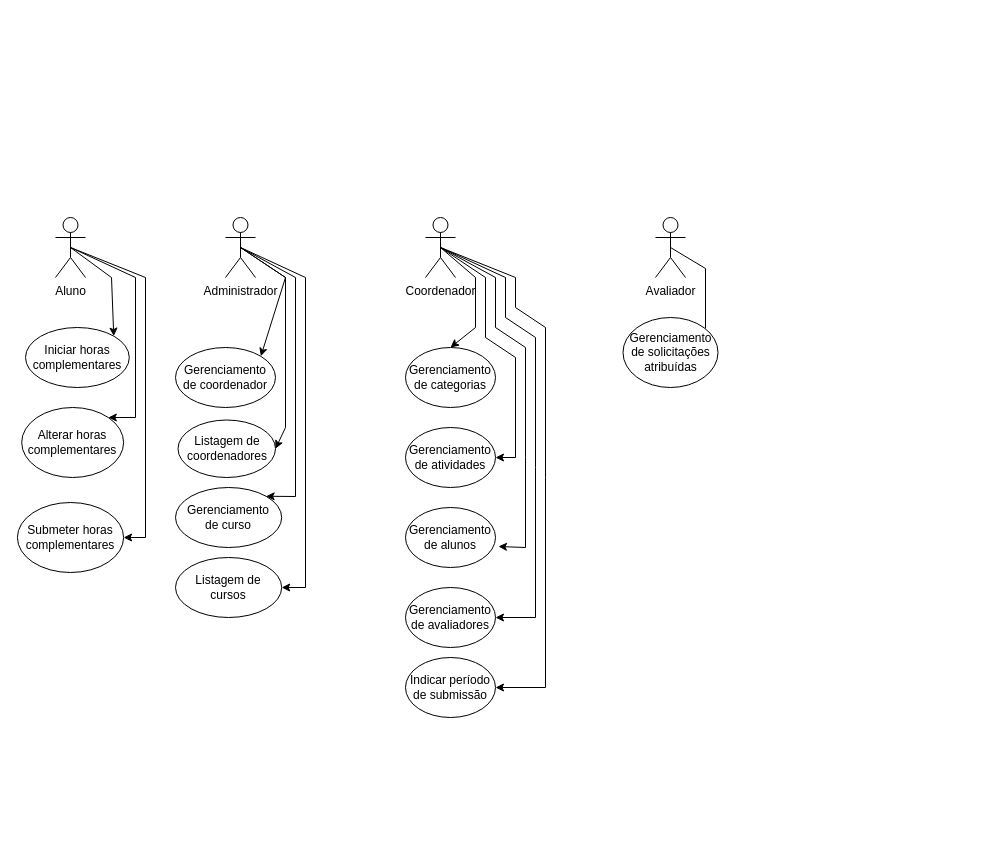
DGzzzzz/ADS_IF keeps this draw.io diagram as trabanalise.drawio. Above is the earlier version. Source tidied: cells renumbered, new cells numbered last; positions are measured from the earlier drawing's top-left corner, leaving out a move shared by most shapes. Both pictures are drawn from the tidied source at 100%, with x=0, y=0 at pixel (17, 217).
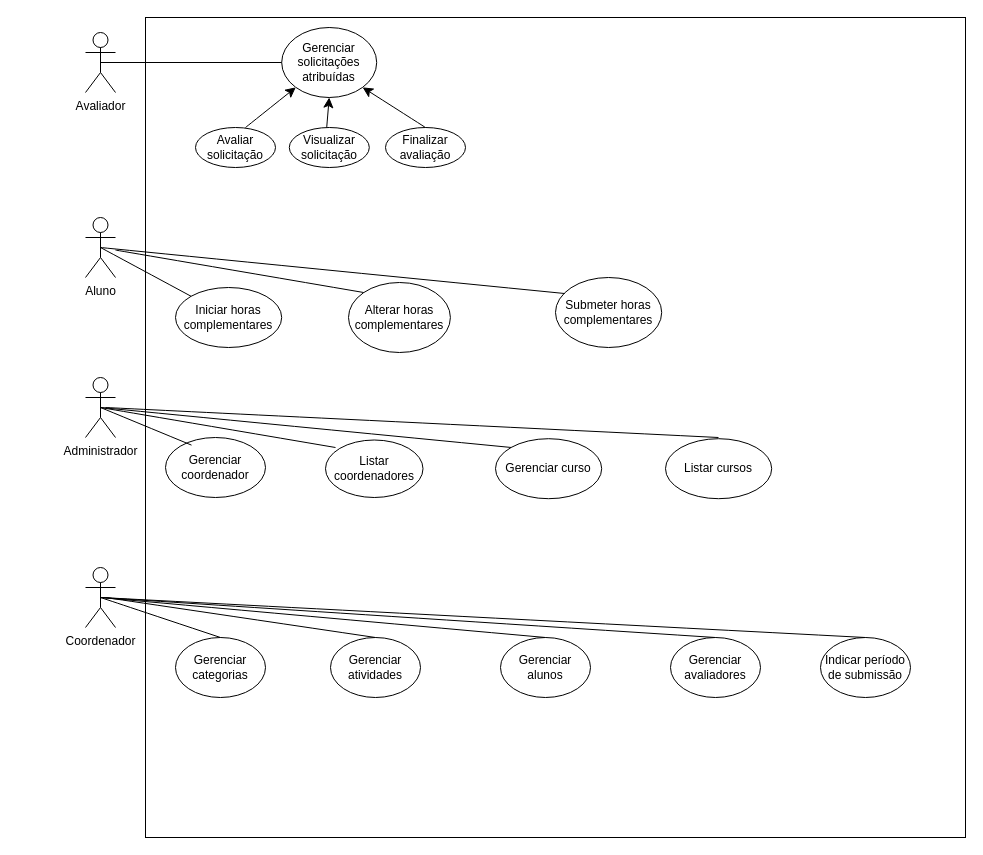
The same diagram, later.

What changed in the source:
```diff
@@
+    <mxCell id="32" style="whiteSpace=wrap;html=1;" parent="1" vertex="1">
+      <mxGeometry x="128" y="-200" width="820" height="820" as="geometry" />
+    </mxCell>
     <mxCell id="2" value="Aluno" style="shape=umlActor;verticalLabelPosition=bottom;verticalAlign=top;html=1;outlineConnect=0;" parent="1" vertex="1">
-      <mxGeometry x="38" width="30" height="60" as="geometry" />
+      <mxGeometry x="68" width="30" height="60" as="geometry" />
     </mxCell>
     <mxCell id="3" value="Administrador" style="shape=umlActor;verticalLabelPosition=bottom;verticalAlign=top;html=1;outlineConnect=0;" parent="1" vertex="1">
-      <mxGeometry x="208" width="30" height="60" as="geometry" />
+      <mxGeometry x="68" y="160" width="30" height="60" as="geometry" />
     </mxCell>
     <mxCell id="4" value="Coordenador" style="shape=umlActor;verticalLabelPosition=bottom;verticalAlign=top;html=1;outlineConnect=0;" parent="1" vertex="1">
-      <mxGeometry x="408" width="30" height="60" as="geometry" />
+      <mxGeometry x="68" y="350" width="30" height="60" as="geometry" />
     </mxCell>
     <mxCell id="5" value="Avaliador" style="shape=umlActor;verticalLabelPosition=bottom;verticalAlign=top;html=1;outlineConnect=0;" parent="1" vertex="1">
-      <mxGeometry x="638" width="30" height="60" as="geometry" />
+      <mxGeometry x="68" y="-185" width="30" height="60" as="geometry" />
     </mxCell>
-    <mxCell id="6" value="&lt;span style=&quot;background-color: transparent; color: light-dark(rgb(0, 0, 0), rgb(255, 255, 255));&quot;&gt;Gerenciamento&lt;/span&gt;&lt;div&gt;&lt;span style=&quot;background-color: transparent; color: light-dark(rgb(0, 0, 0), rgb(255, 255, 255));&quot;&gt;de curso&lt;/span&gt;&lt;/div&gt;" style="ellipse;whiteSpace=wrap;html=1;" parent="1" vertex="1">
-      <mxGeometry x="158" y="270" width="106.2" height="60" as="geometry" />
+    <mxCell id="6" value="&lt;span style=&quot;background-color: transparent; color: light-dark(rgb(0, 0, 0), rgb(255, 255, 255));&quot;&gt;Gerenciar&lt;/span&gt;&lt;span style=&quot;background-color: transparent; color: light-dark(rgb(0, 0, 0), rgb(255, 255, 255));&quot;&gt;&amp;nbsp;curso&lt;/span&gt;" style="ellipse;whiteSpace=wrap;html=1;" parent="1" vertex="1">
+      <mxGeometry x="478" y="221.2" width="106.2" height="60" as="geometry" />
     </mxCell>
-    <mxCell id="7" value="&lt;span style=&quot;background-color: transparent; color: light-dark(rgb(0, 0, 0), rgb(255, 255, 255));&quot;&gt;Gerenciamento de coordenador&lt;/span&gt;" style="ellipse;whiteSpace=wrap;html=1;" parent="1" vertex="1">
-      <mxGeometry x="158" y="130" width="100" height="60" as="geometry" />
+    <mxCell id="7" value="&lt;span style=&quot;background-color: transparent; color: light-dark(rgb(0, 0, 0), rgb(255, 255, 255));&quot;&gt;Gerenciar coordenador&lt;/span&gt;" style="ellipse;whiteSpace=wrap;html=1;" parent="1" vertex="1">
+      <mxGeometry x="148" y="220" width="100" height="60" as="geometry" />
     </mxCell>
-    <mxCell id="8" style="endArrow=classic;html=1;rounded=0;entryX=1;entryY=0;entryDx=0;entryDy=0;exitX=0.5;exitY=0.5;exitDx=0;exitDy=0;exitPerimeter=0;" parent="1" edge="1" source="3" target="6">
-      <mxGeometry relative="1" as="geometry">
-        <Array as="points">
-          <mxPoint x="278" y="60" />
-          <mxPoint x="278" y="279" />
-        </Array>
-      </mxGeometry>
-    </mxCell>
-    <mxCell id="9" value="Gerenciamento de categorias" style="ellipse;whiteSpace=wrap;html=1;" parent="1" vertex="1">
-      <mxGeometry x="388" y="130" width="90" height="60" as="geometry" />
+    <mxCell id="9" value="Gerenciar categorias" style="ellipse;whiteSpace=wrap;html=1;" parent="1" vertex="1">
+      <mxGeometry x="158" y="420" width="90" height="60" as="geometry" />
     </mxCell>
-    <mxCell id="10" value="Gerenciamento de atividades" style="ellipse;whiteSpace=wrap;html=1;" parent="1" vertex="1">
-      <mxGeometry x="388" y="210" width="90" height="60" as="geometry" />
+    <mxCell id="10" value="Gerenciar atividades" style="ellipse;whiteSpace=wrap;html=1;" parent="1" vertex="1">
+      <mxGeometry x="313" y="420" width="90" height="60" as="geometry" />
     </mxCell>
-    <mxCell id="11" style="endArrow=classic;html=1;rounded=0;exitX=0.5;exitY=0.5;exitDx=0;exitDy=0;exitPerimeter=0;entryX=1;entryY=0;entryDx=0;entryDy=0;" parent="1" edge="1" source="3" target="7">
-      <mxGeometry relative="1" as="geometry">
-        <Array as="points">
-          <mxPoint x="268" y="60" />
-        </Array>
-      </mxGeometry>
-    </mxCell>
-    <mxCell id="12" style="endArrow=classic;html=1;rounded=0;exitX=0.5;exitY=0.5;exitDx=0;exitDy=0;exitPerimeter=0;entryX=0.5;entryY=0;entryDx=0;entryDy=0;" parent="1" edge="1" source="4" target="9">
-      <mxGeometry relative="1" as="geometry">
-        <Array as="points">
-          <mxPoint x="458" y="60" />
-          <mxPoint x="458" y="110" />
-        </Array>
-      </mxGeometry>
-    </mxCell>
-    <mxCell id="13" style="endArrow=classic;html=1;rounded=0;exitX=0.5;exitY=0.5;exitDx=0;exitDy=0;exitPerimeter=0;entryX=1;entryY=0.5;entryDx=0;entryDy=0;" parent="1" edge="1" source="4" target="10">
-      <mxGeometry relative="1" as="geometry">
-        <Array as="points">
-          <mxPoint x="468" y="60" />
-          <mxPoint x="468" y="120" />
-          <mxPoint x="498" y="140" />
-          <mxPoint x="498" y="240" />
-        </Array>
-      </mxGeometry>
-    </mxCell>
-    <mxCell id="14" value="Gerenciamento de alunos" style="ellipse;whiteSpace=wrap;html=1;" parent="1" vertex="1">
-      <mxGeometry x="388" y="290" width="90" height="60" as="geometry" />
+    <mxCell id="14" value="Gerenciar alunos" style="ellipse;whiteSpace=wrap;html=1;" parent="1" vertex="1">
+      <mxGeometry x="483" y="420" width="90" height="60" as="geometry" />
     </mxCell>
-    <mxCell id="15" style="endArrow=classic;html=1;rounded=0;entryX=1.033;entryY=0.65;entryDx=0;entryDy=0;entryPerimeter=0;exitX=0.5;exitY=0.5;exitDx=0;exitDy=0;exitPerimeter=0;" parent="1" edge="1" source="4" target="14">
-      <mxGeometry relative="1" as="geometry">
-        <Array as="points">
-          <mxPoint x="478" y="60" />
-          <mxPoint x="478" y="110" />
-          <mxPoint x="508" y="130" />
-          <mxPoint x="508" y="240" />
-          <mxPoint x="508" y="330" />
-        </Array>
-      </mxGeometry>
-    </mxCell>
-    <mxCell id="16" value="Gerenciamento de avaliadores" style="ellipse;whiteSpace=wrap;html=1;" parent="1" vertex="1">
-      <mxGeometry x="388" y="370" width="90" height="60" as="geometry" />
+    <mxCell id="16" value="Gerenciar avaliadores" style="ellipse;whiteSpace=wrap;html=1;" parent="1" vertex="1">
+      <mxGeometry x="653" y="420" width="90" height="60" as="geometry" />
     </mxCell>
-    <mxCell id="17" style="endArrow=classic;html=1;rounded=0;entryX=1;entryY=0.5;entryDx=0;entryDy=0;exitX=0.5;exitY=0.5;exitDx=0;exitDy=0;exitPerimeter=0;" parent="1" edge="1" source="4" target="16">
-      <mxGeometry relative="1" as="geometry">
-        <Array as="points">
-          <mxPoint x="488" y="60" />
-          <mxPoint x="488" y="100" />
-          <mxPoint x="518" y="120" />
-          <mxPoint x="518" y="250" />
-          <mxPoint x="518" y="400" />
-        </Array>
-      </mxGeometry>
-    </mxCell>
     <mxCell id="18" value="Indicar período de submissão" style="ellipse;whiteSpace=wrap;html=1;" parent="1" vertex="1">
-      <mxGeometry x="388" y="440" width="90" height="60" as="geometry" />
+      <mxGeometry x="803" y="420" width="90" height="60" as="geometry" />
     </mxCell>
-    <mxCell id="19" style="endArrow=classic;html=1;rounded=0;entryX=1;entryY=0.5;entryDx=0;entryDy=0;exitX=0.5;exitY=0.5;exitDx=0;exitDy=0;exitPerimeter=0;" parent="1" edge="1" source="4" target="18">
-      <mxGeometry relative="1" as="geometry">
-        <Array as="points">
-          <mxPoint x="498" y="60" />
-          <mxPoint x="498" y="90" />
-          <mxPoint x="528" y="110" />
-          <mxPoint x="528" y="260" />
-          <mxPoint x="528" y="470" />
-        </Array>
-      </mxGeometry>
-    </mxCell>
     <mxCell id="20" value="Iniciar horas complementares" style="ellipse;whiteSpace=wrap;html=1;" parent="1" vertex="1">
-      <mxGeometry x="8" y="110" width="103.8" height="60" as="geometry" />
+      <mxGeometry x="158" y="70" width="106.2" height="60" as="geometry" />
     </mxCell>
-    <mxCell id="21" style="endArrow=classic;html=1;rounded=0;exitX=0.5;exitY=0.5;exitDx=0;exitDy=0;exitPerimeter=0;entryX=1;entryY=0;entryDx=0;entryDy=0;" parent="1" edge="1" source="2" target="20">
-      <mxGeometry relative="1" as="geometry">
-        <Array as="points">
-          <mxPoint x="94" y="60" />
-        </Array>
-      </mxGeometry>
-    </mxCell>
-    <mxCell id="22" value="Gerenciamento de solicitações atribuídas" style="ellipse;whiteSpace=wrap;html=1;" parent="1" vertex="1">
-      <mxGeometry x="605.5" y="100" width="95" height="70" as="geometry" />
+    <mxCell id="22" value="Gerenciar solicitações atribuídas" style="ellipse;whiteSpace=wrap;html=1;" parent="1" vertex="1">
+      <mxGeometry x="264.2" y="-190" width="95" height="70" as="geometry" />
     </mxCell>
     <mxCell id="23" value="Alterar horas complementares" style="ellipse;whiteSpace=wrap;html=1;" parent="1" vertex="1">
-      <mxGeometry x="4.2" y="190" width="101.9" height="70" as="geometry" />
+      <mxGeometry x="331" y="65" width="101.9" height="70" as="geometry" />
     </mxCell>
+    <mxCell id="25" value="Submeter horas complementares" style="ellipse;whiteSpace=wrap;html=1;" parent="1" vertex="1">
+      <mxGeometry x="538" y="60" width="106.2" height="70" as="geometry" />
+    </mxCell>
+    <mxCell id="27" value="Listar coordenadores" style="ellipse;whiteSpace=wrap;html=1;" parent="1" vertex="1">
+      <mxGeometry x="308" y="222.5" width="97.5" height="57.5" as="geometry" />
+    </mxCell>
+    <mxCell id="29" value="Listar cursos" style="ellipse;whiteSpace=wrap;html=1;" parent="1" vertex="1">
+      <mxGeometry x="648" y="221.2" width="106.2" height="60" as="geometry" />
+    </mxCell>
+    <mxCell id="31" style="endArrow=none;html=1;rounded=0;entryX=0.5;entryY=0.5;entryDx=0;entryDy=0;entryPerimeter=0;" parent="1" edge="1" source="22" target="5">
+      <mxGeometry relative="1" as="geometry" />
+    </mxCell>
+    <mxCell id="33" value="Avaliar solicitação" style="ellipse;whiteSpace=wrap;html=1;" parent="1" vertex="1">
+      <mxGeometry x="178" y="-90" width="80" height="40" as="geometry" />
+    </mxCell>
+    <mxCell id="34" value="Visualizar solicitação" style="ellipse;whiteSpace=wrap;html=1;" parent="1" vertex="1">
+      <mxGeometry x="271.8" y="-90" width="80" height="40" as="geometry" />
+    </mxCell>
+    <mxCell id="35" value="Finalizar avaliação" style="ellipse;whiteSpace=wrap;html=1;" parent="1" vertex="1">
+      <mxGeometry x="368" y="-90" width="80" height="40" as="geometry" />
+    </mxCell>
+    <mxCell id="36" style="endArrow=classic;html=1;rounded=0;fontSize=12;startSize=8;endSize=8;curved=1;entryX=0;entryY=1;entryDx=0;entryDy=0;" parent="1" edge="1" target="22">
+      <mxGeometry relative="1" as="geometry">
+        <mxPoint x="228" y="-90" as="sourcePoint" />
+      </mxGeometry>
+    </mxCell>
+    <mxCell id="37" style="endArrow=classic;html=1;rounded=0;fontSize=12;startSize=8;endSize=8;curved=1;entryX=0.5;entryY=1;entryDx=0;entryDy=0;" parent="1" edge="1" target="22">
+      <mxGeometry relative="1" as="geometry">
+        <mxPoint x="309.2" y="-90" as="sourcePoint" />
+      </mxGeometry>
+    </mxCell>
+    <mxCell id="38" style="endArrow=classic;html=1;rounded=0;fontSize=12;startSize=8;endSize=8;curved=1;entryX=1;entryY=1;entryDx=0;entryDy=0;" parent="1" edge="1" target="22">
+      <mxGeometry relative="1" as="geometry">
+        <mxPoint x="408" y="-90" as="sourcePoint" />
+      </mxGeometry>
+    </mxCell>
+    <mxCell id="26" style="endArrow=none;html=1;rounded=0;fontSize=12;startSize=8;endSize=8;curved=1;entryX=0.087;entryY=0.229;entryDx=0;entryDy=0;entryPerimeter=0;exitX=0.5;exitY=0.5;exitDx=0;exitDy=0;exitPerimeter=0;" parent="1" edge="1" source="2" target="25">
+      <mxGeometry relative="1" as="geometry" />
+    </mxCell>
-    <mxCell id="24" style="endArrow=classic;html=1;rounded=0;exitX=0.5;exitY=0.5;exitDx=0;exitDy=0;exitPerimeter=0;entryX=1;entryY=0;entryDx=0;entryDy=0;" parent="1" edge="1" source="2" target="23">
-      <mxGeometry relative="1" as="geometry">
-        <Array as="points">
-          <mxPoint x="118" y="60" />
-          <mxPoint x="118" y="200" />
-        </Array>
-      </mxGeometry>
+    <mxCell id="24" style="endArrow=none;html=1;rounded=0;fontSize=12;startSize=8;endSize=8;curved=1;entryX=0;entryY=0;entryDx=0;entryDy=0;" parent="1" edge="1" source="2" target="23">
+      <mxGeometry relative="1" as="geometry" />
     </mxCell>
-    <mxCell id="25" value="Submeter horas complementares" style="ellipse;whiteSpace=wrap;html=1;" parent="1" vertex="1">
-      <mxGeometry x="-0.1" y="285" width="106.2" height="70" as="geometry" />
-    </mxCell>
-    <mxCell id="26" style="endArrow=classic;html=1;rounded=0;exitX=0.5;exitY=0.5;exitDx=0;exitDy=0;exitPerimeter=0;entryX=1;entryY=0.5;entryDx=0;entryDy=0;" parent="1" edge="1" source="2" target="25">
-      <mxGeometry relative="1" as="geometry">
-        <Array as="points">
-          <mxPoint x="128" y="60" />
-          <mxPoint x="128" y="320" />
-        </Array>
-      </mxGeometry>
-    </mxCell>
-    <mxCell id="27" value="Listagem de coordenadores" style="ellipse;whiteSpace=wrap;html=1;" parent="1" vertex="1">
-      <mxGeometry x="160.5" y="202.5" width="97.5" height="57.5" as="geometry" />
-    </mxCell>
-    <mxCell id="28" style="endArrow=classic;html=1;rounded=0;exitX=0.5;exitY=0.5;exitDx=0;exitDy=0;exitPerimeter=0;entryX=1;entryY=0.5;entryDx=0;entryDy=0;" parent="1" edge="1" source="3" target="27">
-      <mxGeometry relative="1" as="geometry">
-        <Array as="points">
-          <mxPoint x="268" y="60" />
-          <mxPoint x="268" y="210" />
-        </Array>
-      </mxGeometry>
-    </mxCell>
-    <mxCell id="29" value="Listagem de cursos" style="ellipse;whiteSpace=wrap;html=1;" parent="1" vertex="1">
-      <mxGeometry x="158" y="340" width="106.2" height="60" as="geometry" />
-    </mxCell>
-    <mxCell id="30" style="endArrow=classic;html=1;rounded=0;exitX=0.5;exitY=0.5;exitDx=0;exitDy=0;exitPerimeter=0;entryX=1;entryY=0.5;entryDx=0;entryDy=0;" parent="1" edge="1" source="3" target="29">
-      <mxGeometry relative="1" as="geometry">
-        <Array as="points">
-          <mxPoint x="288" y="60" />
-          <mxPoint x="288" y="370" />
-        </Array>
-      </mxGeometry>
-    </mxCell>
-    <mxCell id="31" style="endArrow=none;html=1;rounded=0;entryX=0.5;entryY=0.5;entryDx=0;entryDy=0;entryPerimeter=0;" parent="1" edge="1" target="5">
-      <mxGeometry relative="1" as="geometry">
-        <mxPoint x="688" y="111" as="sourcePoint" />
-        <Array as="points">
-          <mxPoint x="688" y="51" />
-        </Array>
-      </mxGeometry>
-    </mxCell>
+    <mxCell id="21" style="endArrow=none;html=1;rounded=0;fontSize=12;startSize=8;endSize=8;curved=1;entryX=0;entryY=0;entryDx=0;entryDy=0;exitX=0.5;exitY=0.5;exitDx=0;exitDy=0;exitPerimeter=0;" parent="1" edge="1" source="2" target="20">
+      <mxGeometry relative="1" as="geometry" />
+    </mxCell>
+    <mxCell id="39" style="endArrow=none;html=1;rounded=0;fontSize=12;startSize=8;endSize=8;curved=1;" parent="1" edge="1">
+      <mxGeometry relative="1" as="geometry">
+        <mxPoint x="88" y="190" as="sourcePoint" />
+        <mxPoint x="701" y="220" as="targetPoint" />
+      </mxGeometry>
+    </mxCell>
+    <mxCell id="8" style="endArrow=none;html=1;rounded=0;fontSize=12;startSize=8;endSize=8;curved=1;entryX=0;entryY=0;entryDx=0;entryDy=0;exitX=0.5;exitY=0.5;exitDx=0;exitDy=0;exitPerimeter=0;" parent="1" edge="1" source="3" target="6">
+      <mxGeometry relative="1" as="geometry" />
+    </mxCell>
+    <mxCell id="40" style="endArrow=none;html=1;rounded=0;fontSize=12;startSize=8;endSize=8;curved=1;exitX=0.5;exitY=0.5;exitDx=0;exitDy=0;exitPerimeter=0;" parent="1" edge="1" source="3">
+      <mxGeometry relative="1" as="geometry">
+        <mxPoint x="318" y="230" as="targetPoint" />
+      </mxGeometry>
+    </mxCell>
+    <mxCell id="11" style="endArrow=none;html=1;rounded=0;fontSize=12;startSize=8;endSize=8;curved=1;entryX=0.26;entryY=0.127;entryDx=0;entryDy=0;entryPerimeter=0;exitX=0.5;exitY=0.5;exitDx=0;exitDy=0;exitPerimeter=0;" parent="1" edge="1" source="3" target="7">
+      <mxGeometry relative="1" as="geometry" />
+    </mxCell>
+    <mxCell id="19" style="endArrow=none;html=1;rounded=0;fontSize=12;startSize=8;endSize=8;curved=1;exitX=0.5;exitY=0.5;exitDx=0;exitDy=0;exitPerimeter=0;entryX=0.5;entryY=0;entryDx=0;entryDy=0;" parent="1" edge="1" source="4" target="18">
+      <mxGeometry relative="1" as="geometry" />
+    </mxCell>
+    <mxCell id="17" style="endArrow=none;html=1;rounded=0;fontSize=12;startSize=8;endSize=8;curved=1;exitX=0.5;exitY=0.5;exitDx=0;exitDy=0;exitPerimeter=0;entryX=0.5;entryY=0;entryDx=0;entryDy=0;" parent="1" edge="1" source="4" target="16">
+      <mxGeometry relative="1" as="geometry" />
+    </mxCell>
+    <mxCell id="15" style="endArrow=none;html=1;rounded=0;fontSize=12;startSize=8;endSize=8;curved=1;entryX=0.5;entryY=0;entryDx=0;entryDy=0;exitX=0.5;exitY=0.5;exitDx=0;exitDy=0;exitPerimeter=0;" parent="1" edge="1" source="4" target="14">
+      <mxGeometry relative="1" as="geometry" />
+    </mxCell>
+    <mxCell id="41" style="endArrow=none;html=1;rounded=0;fontSize=12;startSize=8;endSize=8;curved=1;entryX=0.5;entryY=0;entryDx=0;entryDy=0;" parent="1" edge="1" target="10">
+      <mxGeometry relative="1" as="geometry">
+        <mxPoint x="88" y="380" as="sourcePoint" />
+      </mxGeometry>
+    </mxCell>
+    <mxCell id="12" style="endArrow=none;html=1;rounded=0;fontSize=12;startSize=8;endSize=8;curved=1;exitX=0.5;exitY=0.5;exitDx=0;exitDy=0;entryX=0.5;entryY=0;entryDx=0;entryDy=0;exitPerimeter=0;" parent="1" edge="1" source="4" target="9">
+      <mxGeometry relative="1" as="geometry" />
+    </mxCell>
```
